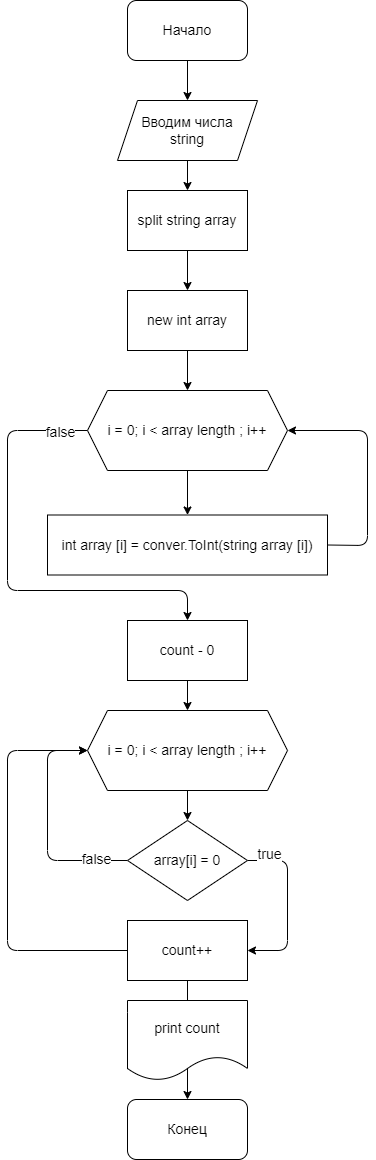
Before: HWork6/Task41/diagram.dravio.png, a diagram exported from draw.io (VladimirVicPar/qwerty1). Source tidied: cells renumbered, new cells last; positions are measured from the earlier drawing's top-left corner, leaving out a move shared by most shapes.
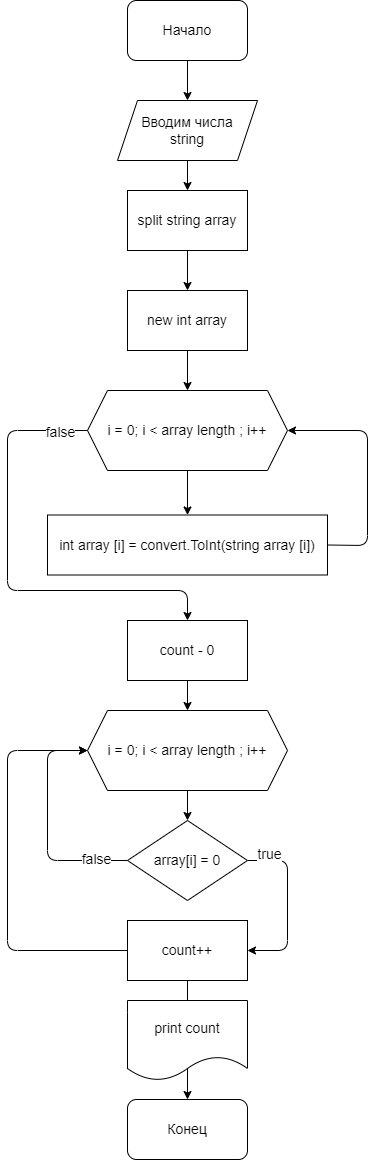
Later version of the same file.

Commit message:
Commite Diagram.droavio.png Task41 HWork6

Diff of the diagram source:
```diff
@@ -52,7 +52,7 @@
         </Array>
       </mxGeometry>
     </mxCell>
-    <mxCell id="15" value="int array [i] = conver.ToInt(string array [i])" style="rounded=0;whiteSpace=wrap;html=1;fontSize=14;" parent="1" vertex="1">
+    <mxCell id="15" value="int array [i] = convert.ToInt(string array [i])" style="rounded=0;whiteSpace=wrap;html=1;fontSize=14;" parent="1" vertex="1">
       <mxGeometry x="40" y="514.5" width="280" height="60" as="geometry" />
     </mxCell>
     <mxCell id="16" style="edgeStyle=none;html=1;fontSize=14;" parent="1" edge="1" source="17" target="19">
```
